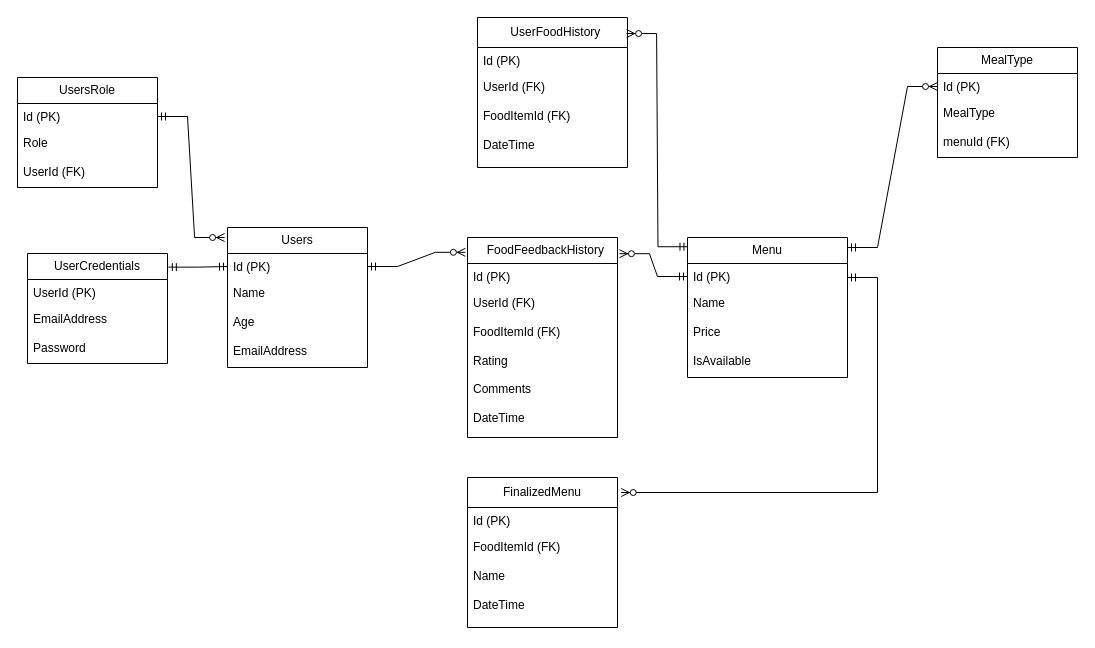
Above: UML Diagrams/ER Diagram.drawio in lalitkumardhanjani/Learn-and-Code-Final-Project (draw.io), before the change. Source tidied: cells renumbered, new cells numbered last; positions are measured from the earlier drawing's top-left corner, leaving out a move shared by most shapes. Both pictures are drawn from the tidied source at 100%, with x=0, y=0 at pixel (17, 17).
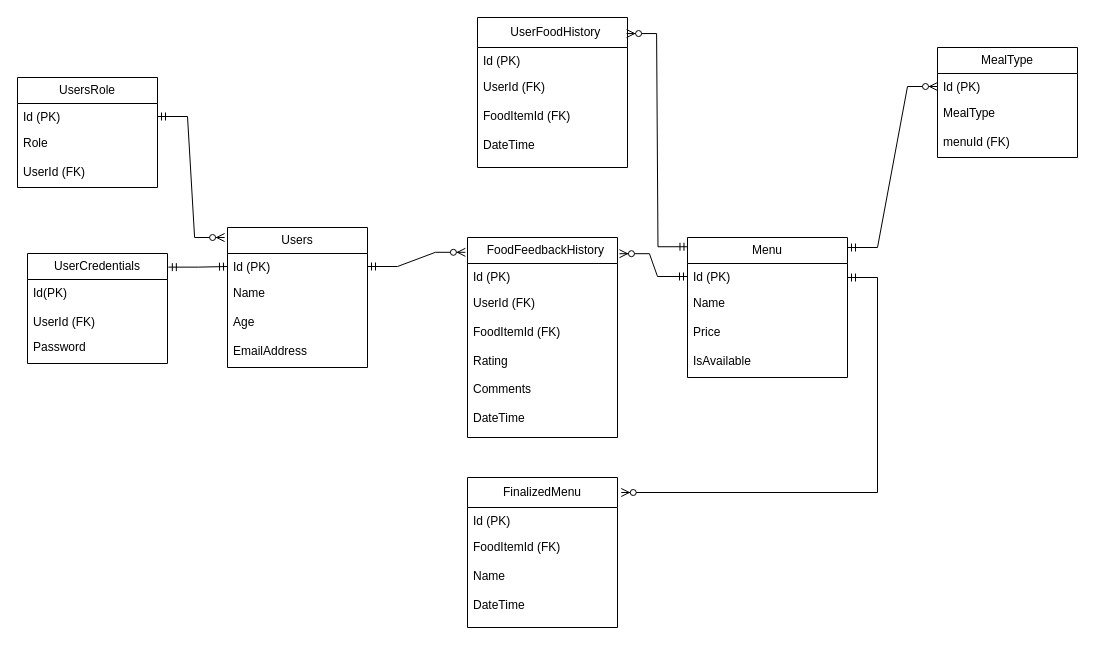
The same page after the edit.

The change refers to these unchanged cells:
```xml
<mxCell id="5" value="UserCredentials" style="swimlane;fontStyle=0;horizontal=1;startSize=26;fillColor=none;whiteSpace=wrap;html=1;" parent="1" vertex="1">
  <mxGeometry x="10" y="236" width="140" height="110" as="geometry" />
</mxCell>
```

Diff of the diagram source:
```diff
@@
-    <mxCell id="6" value="UserId (PK)" style="text;strokeColor=none;fillColor=none;align=left;verticalAlign=top;spacingLeft=4;spacingRight=4;overflow=hidden;whiteSpace=wrap;html=1;" parent="5" vertex="1">
-      <mxGeometry y="26" width="140" height="26" as="geometry" />
+    <mxCell id="6" value="&lt;div&gt;Id(PK)&lt;/div&gt;&lt;div&gt;&lt;br&gt;&lt;/div&gt;UserId (FK)" style="text;strokeColor=none;fillColor=none;align=left;verticalAlign=top;spacingLeft=4;spacingRight=4;overflow=hidden;whiteSpace=wrap;html=1;" parent="5" vertex="1">
+      <mxGeometry y="26" width="140" height="54" as="geometry" />
     </mxCell>
-    <mxCell id="7" value="&lt;div&gt;EmailAddress&lt;/div&gt;&lt;div&gt;&lt;br&gt;&lt;/div&gt;&lt;div&gt;Password&lt;/div&gt;" style="text;strokeColor=none;fillColor=none;align=left;verticalAlign=top;spacingLeft=4;spacingRight=4;overflow=hidden;whiteSpace=wrap;html=1;" parent="5" vertex="1">
-      <mxGeometry y="52" width="140" height="58" as="geometry" />
+    <mxCell id="7" value="&lt;div&gt;&lt;span style=&quot;background-color: initial;&quot;&gt;Password&lt;/span&gt;&lt;br&gt;&lt;/div&gt;" style="text;strokeColor=none;fillColor=none;align=left;verticalAlign=top;spacingLeft=4;spacingRight=4;overflow=hidden;whiteSpace=wrap;html=1;" parent="5" vertex="1">
+      <mxGeometry y="80" width="140" height="30" as="geometry" />
     </mxCell>
```
